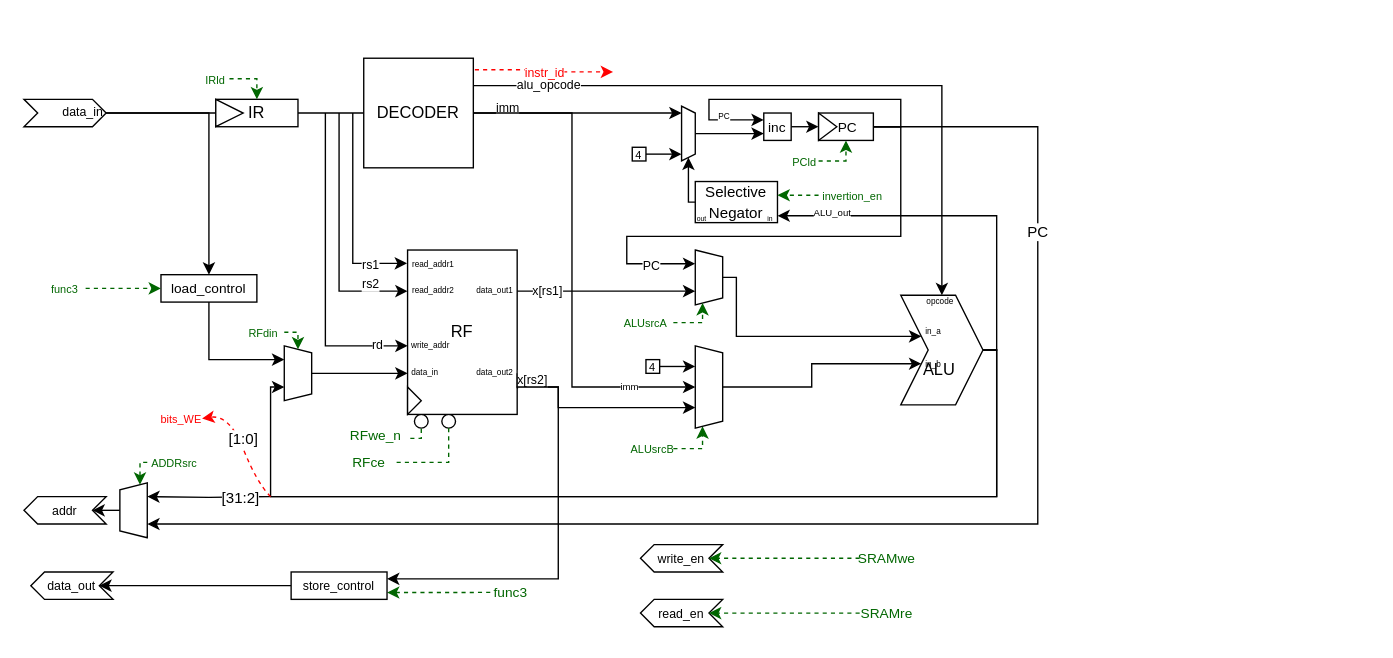
The draw.io diagram Datapath Millestone 3.drawio in jawandrawa10/Tone3, before the edit. Source tidied: cells renumbered, new cells numbered last; positions are measured from the earlier drawing's top-left corner, leaving out a move shared by most shapes. Both pictures are drawn from the tidied source at 137%, with x=0, y=0 at pixel (23, 58).
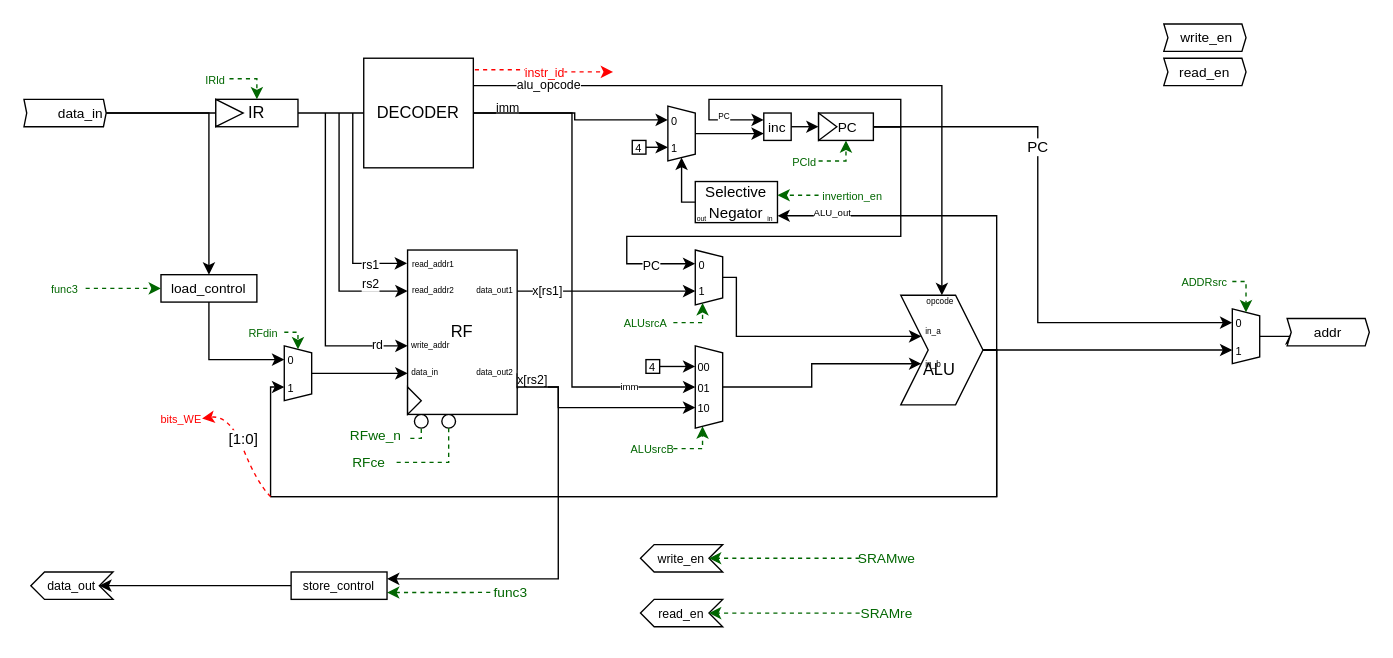
After the change.

Unchanged cells that the change refers to:
```xml
<mxCell id="16" value="DECODER" style="whiteSpace=wrap;html=1;verticalAlign=middle;align=center;" parent="1" vertex="1">
  <mxGeometry x="248" width="80" height="80" as="geometry" />
</mxCell>
<mxCell id="21" value="&lt;font style=&quot;font-size: 10px;&quot;&gt;&amp;nbsp;PC&lt;/font&gt;" style="rounded=0;whiteSpace=wrap;html=1;" parent="20" vertex="1">
  <mxGeometry width="40" height="20" as="geometry" />
</mxCell>
<mxCell id="45" value="&lt;div&gt;&lt;br&gt;&lt;/div&gt;&lt;div&gt;&lt;br&gt;&lt;/div&gt;&lt;div&gt;ALU&amp;nbsp;&lt;/div&gt;" style="shape=step;perimeter=stepPerimeter;whiteSpace=wrap;html=1;shapeInside=1;fixedSize=1;" parent="44" vertex="1">
  <mxGeometry width="60" height="80" as="geometry" />
</mxCell>
```

What changed in the source:
```diff
@@
-    <mxCell id="13" style="edgeStyle=orthogonalEdgeStyle;rounded=0;jettySize=auto;html=1;exitX=1;exitY=0.5;exitDx=0;exitDy=0;entryX=0.125;entryY=1;entryDx=0;entryDy=0;entryPerimeter=0;" parent="1" edge="1" source="16" target="60">
-      <mxGeometry relative="1" as="geometry" />
+    <mxCell id="13" style="edgeStyle=orthogonalEdgeStyle;rounded=0;jettySize=auto;html=1;exitX=1;exitY=0.5;exitDx=0;exitDy=0;entryX=0.25;entryY=1;entryDx=0;entryDy=0;" parent="1" edge="1" source="16" target="60">
+      <mxGeometry x="-0.03" relative="1" as="geometry">
+        <Array as="points">
+          <mxPoint x="402" y="40" />
+          <mxPoint x="402" y="45" />
+        </Array>
+      </mxGeometry>
     </mxCell>
@@
     <mxCell id="60" style="shape=trapezoid;perimeter=trapezoidPerimeter;whiteSpace=wrap;html=1;shapeInside=1;fixedSize=1;rotation=90;size=5;" parent="1" vertex="1">
-      <mxGeometry x="465" y="50" width="40" height="10" as="geometry" />
+      <mxGeometry x="460" y="45" width="40" height="20" as="geometry" />
     </mxCell>
@@
     <mxCell id="63" value="&lt;font style=&quot;font-size: 8px;&quot;&gt;4&lt;/font&gt;" style="rounded=0;whiteSpace=wrap;html=1;" parent="1" vertex="1">
-      <mxGeometry x="444" y="65" width="10" height="10" as="geometry" />
+      <mxGeometry x="444" y="60" width="10" height="10" as="geometry" />
     </mxCell>
@@
-    <mxCell id="68" style="edgeStyle=orthogonalEdgeStyle;rounded=0;jettySize=auto;html=1;exitX=1;exitY=0.5;exitDx=0;exitDy=0;entryX=0.872;entryY=1;entryDx=0;entryDy=0;entryPerimeter=0;" parent="1" edge="1" source="63" target="60">
-      <mxGeometry relative="1" as="geometry" />
+    <mxCell id="68" style="edgeStyle=orthogonalEdgeStyle;rounded=0;jettySize=auto;html=1;exitX=1;exitY=0.5;exitDx=0;exitDy=0;entryX=0.75;entryY=1;entryDx=0;entryDy=0;" parent="1" edge="1" source="63" target="60">
+      <mxGeometry x="-0.24" relative="1" as="geometry" />
     </mxCell>
@@
-    <mxCell id="77" style="edgeStyle=orthogonalEdgeStyle;rounded=0;jettySize=auto;html=1;exitX=0.5;exitY=0;exitDx=0;exitDy=0;entryX=0.833;entryY=0.5;entryDx=0;entryDy=0;entryPerimeter=0;" parent="1" edge="1" source="78" target="102">
+    <mxCell id="77" style="edgeStyle=orthogonalEdgeStyle;rounded=0;jettySize=auto;html=1;exitX=0.5;exitY=0;exitDx=0;exitDy=0;entryX=0;entryY=0.5;entryDx=0;entryDy=0;" parent="1" edge="1" source="78" target="102">
       <mxGeometry relative="1" as="geometry" />
     </mxCell>
-    <mxCell id="78" style="shape=trapezoid;perimeter=trapezoidPerimeter;whiteSpace=wrap;html=1;shapeInside=1;fixedSize=1;rotation=-90;size=5;" parent="1" vertex="1">
-      <mxGeometry x="60" y="320" width="40" height="20" as="geometry" />
+    <mxCell id="78" style="shape=trapezoid;perimeter=trapezoidPerimeter;whiteSpace=wrap;html=1;shapeInside=1;fixedSize=1;rotation=90;size=5;" parent="1" vertex="1">
+      <mxGeometry x="872" y="193" width="40" height="20" as="geometry" />
     </mxCell>
@@
     <mxCell id="80" style="edgeStyle=orthogonalEdgeStyle;rounded=0;jettySize=auto;html=1;exitX=1;exitY=0.5;exitDx=0;exitDy=0;entryX=0.25;entryY=1;entryDx=0;entryDy=0;" parent="1" edge="1" source="21" target="78">
-      <mxGeometry x="0.21" relative="1" as="geometry">
+      <mxGeometry x="0.29" relative="1" as="geometry">
         <Array as="points">
           <mxPoint x="740" y="50" />
-          <mxPoint x="740" y="340" />
+          <mxPoint x="740" y="193" />
         </Array>
       </mxGeometry>
     </mxCell>
     <mxCell id="81" value="PC" style="edgeLabel;html=1;align=center;verticalAlign=middle;" parent="80" vertex="1">
-      <mxGeometry x="-0.63" y="-1" relative="1" as="geometry" />
+      <mxGeometry x="-0.34" y="-1" relative="1" as="geometry" />
     </mxCell>
@@
-    <mxCell id="83" value="&lt;font style=&quot;font-size: 9px;&quot;&gt;&lt;div style=&quot;text-align: center;&quot;&gt;&lt;span style=&quot;text-decoration-line: inherit; background-color: transparent; color: light-dark(rgb(0, 0, 0), rgb(255, 255, 255));&quot;&gt;data_in&lt;/span&gt;&lt;/div&gt;&lt;/font&gt;" style="shape=step;perimeter=stepPerimeter;whiteSpace=wrap;html=1;shapeInside=1;fixedSize=1;size=10;align=right;" parent="1" vertex="1">
+    <mxCell id="83" value="&lt;font style=&quot;font-size: 10px;&quot;&gt;&lt;div style=&quot;text-align: center;&quot;&gt;&lt;span style=&quot;text-decoration-line: inherit; background-color: transparent; color: light-dark(rgb(0, 0, 0), rgb(255, 255, 255));&quot;&gt;data_in&lt;/span&gt;&lt;/div&gt;&lt;/font&gt;" style="shape=step;perimeter=stepPerimeter;whiteSpace=wrap;html=1;shapeInside=1;fixedSize=1;size=2;align=right;" parent="1" vertex="1">
       <mxGeometry y="30" width="60" height="20" as="geometry" />
     </mxCell>
@@
-    <mxCell id="98" style="edgeStyle=orthogonalEdgeStyle;rounded=0;jettySize=auto;html=1;entryX=0.75;entryY=1;entryDx=0;entryDy=0;" parent="1" edge="1" target="78">
-      <mxGeometry relative="1" as="geometry">
-        <mxPoint x="180" y="320" as="sourcePoint" />
-      </mxGeometry>
-    </mxCell>
-    <mxCell id="99" value="[31:2]" style="edgeLabel;html=1;align=center;verticalAlign=middle;" parent="98" vertex="1">
-      <mxGeometry x="0.56" y="-1" relative="1" as="geometry">
-        <mxPoint x="48" y="1" as="offset" />
-      </mxGeometry>
-    </mxCell>
-    <mxCell id="100" style="group;" parent="1" vertex="1">
-      <mxGeometry y="315" width="60" height="30" as="geometry" />
-    </mxCell>
-    <mxCell id="101" value="&lt;font style=&quot;font-size: 9px;&quot;&gt;&lt;div style=&quot;text-align: center;&quot;&gt;&lt;br&gt;&lt;/div&gt;&lt;/font&gt;" style="shape=step;perimeter=stepPerimeter;whiteSpace=wrap;html=1;shapeInside=1;fixedSize=1;size=10;align=right;rotation=-180;" parent="100" vertex="1">
-      <mxGeometry y="5" width="60" height="20" as="geometry" />
-    </mxCell>
-    <mxCell id="102" value="&lt;font style=&quot;font-size: 9px;&quot;&gt;addr&lt;/font&gt;" style="text;html=1;whiteSpace=wrap;strokeColor=none;fillColor=none;align=center;verticalAlign=middle;rounded=0;" parent="100" vertex="1">
-      <mxGeometry width="60" height="30" as="geometry" />
-    </mxCell>
@@
-    <mxCell id="114" style="edgeStyle=orthogonalEdgeStyle;rounded=0;jettySize=auto;html=1;exitX=0;exitY=0.5;exitDx=0;exitDy=0;entryX=1;entryY=0.75;entryDx=0;entryDy=0;strokeColor=#006600;dashed=1;" parent="1" edge="1" source="115" target="78">
+    <mxCell id="114" style="edgeStyle=orthogonalEdgeStyle;rounded=0;jettySize=auto;html=1;exitX=1;exitY=0.5;exitDx=0;exitDy=0;entryX=0;entryY=0.5;entryDx=0;entryDy=0;strokeColor=#006600;dashed=1;" parent="1" edge="1" source="115" target="78">
       <mxGeometry relative="1" as="geometry" />
     </mxCell>
     <mxCell id="115" value="&lt;font color=&quot;#006600&quot; style=&quot;font-size: 8px;&quot;&gt;ADDRsrc&lt;/font&gt;" style="text;html=1;whiteSpace=wrap;strokeColor=none;fillColor=none;align=center;verticalAlign=middle;rounded=0;rotation=0;fontSize=12;" parent="1" vertex="1">
-      <mxGeometry x="90" y="290" width="40" height="10" as="geometry" />
+      <mxGeometry x="842" y="158" width="40" height="10" as="geometry" />
     </mxCell>
@@
+    <mxCell id="127" value="&lt;font style=&quot;font-size: 8px;&quot;&gt;0&lt;/font&gt;" style="text;html=1;whiteSpace=wrap;strokeColor=none;fillColor=none;align=center;verticalAlign=middle;rounded=0;" parent="1" vertex="1">
+      <mxGeometry x="490" y="145" width="10" height="10" as="geometry" />
+    </mxCell>
+    <mxCell id="128" value="&lt;font style=&quot;font-size: 8px;&quot;&gt;1&lt;/font&gt;" style="text;html=1;whiteSpace=wrap;strokeColor=none;fillColor=none;align=center;verticalAlign=middle;rounded=0;" parent="1" vertex="1">
+      <mxGeometry x="490" y="164" width="10" height="10" as="geometry" />
+    </mxCell>
+    <mxCell id="129" value="&lt;font style=&quot;font-size: 8px;&quot;&gt;00&lt;/font&gt;" style="text;html=1;whiteSpace=wrap;strokeColor=none;fillColor=none;align=center;verticalAlign=middle;rounded=0;" parent="1" vertex="1">
+      <mxGeometry x="490" y="220" width="13.3" height="10" as="geometry" />
+    </mxCell>
+    <mxCell id="130" value="&lt;font style=&quot;font-size: 8px;&quot;&gt;01&lt;/font&gt;" style="text;html=1;whiteSpace=wrap;strokeColor=none;fillColor=none;align=center;verticalAlign=middle;rounded=0;" parent="1" vertex="1">
+      <mxGeometry x="490" y="235" width="13.3" height="10" as="geometry" />
+    </mxCell>
+    <mxCell id="131" value="&lt;font style=&quot;font-size: 8px;&quot;&gt;10&lt;/font&gt;" style="text;html=1;whiteSpace=wrap;strokeColor=none;fillColor=none;align=center;verticalAlign=middle;rounded=0;" parent="1" vertex="1">
+      <mxGeometry x="490" y="250" width="13.3" height="10" as="geometry" />
+    </mxCell>
+    <mxCell id="132" value="&lt;font style=&quot;font-size: 8px;&quot;&gt;1&lt;/font&gt;" style="text;html=1;whiteSpace=wrap;strokeColor=none;fillColor=none;align=center;verticalAlign=middle;rounded=0;" parent="1" vertex="1">
+      <mxGeometry x="190" y="235" width="10" height="10" as="geometry" />
+    </mxCell>
+    <mxCell id="133" value="&lt;font style=&quot;font-size: 8px;&quot;&gt;0&lt;/font&gt;" style="text;html=1;whiteSpace=wrap;strokeColor=none;fillColor=none;align=center;verticalAlign=middle;rounded=0;" parent="1" vertex="1">
+      <mxGeometry x="190" y="215" width="10" height="10" as="geometry" />
+    </mxCell>
+    <mxCell id="134" value="&lt;font style=&quot;font-size: 8px;&quot;&gt;0&lt;/font&gt;" style="text;html=1;whiteSpace=wrap;strokeColor=none;fillColor=none;align=center;verticalAlign=middle;rounded=0;" parent="1" vertex="1">
+      <mxGeometry x="882" y="188" width="10" height="10" as="geometry" />
+    </mxCell>
+    <mxCell id="135" value="&lt;font style=&quot;font-size: 8px;&quot;&gt;1&lt;/font&gt;" style="text;html=1;whiteSpace=wrap;strokeColor=none;fillColor=none;align=center;verticalAlign=middle;rounded=0;" parent="1" vertex="1">
+      <mxGeometry x="882" y="208" width="10" height="10" as="geometry" />
+    </mxCell>
+    <mxCell id="136" value="&lt;font style=&quot;font-size: 8px;&quot;&gt;0&lt;/font&gt;" style="text;html=1;whiteSpace=wrap;strokeColor=none;fillColor=none;align=center;verticalAlign=middle;rounded=0;" parent="1" vertex="1">
+      <mxGeometry x="470" y="40" width="10" height="10" as="geometry" />
+    </mxCell>
+    <mxCell id="137" value="&lt;font style=&quot;font-size: 8px;&quot;&gt;1&lt;/font&gt;" style="text;html=1;whiteSpace=wrap;strokeColor=none;fillColor=none;align=center;verticalAlign=middle;rounded=0;" parent="1" vertex="1">
+      <mxGeometry x="470" y="60" width="10" height="10" as="geometry" />
+    </mxCell>
+    <mxCell id="102" value="&lt;font style=&quot;font-size: 10px;&quot;&gt;addr&lt;/font&gt;" style="shape=step;perimeter=stepPerimeter;whiteSpace=wrap;html=1;shapeInside=1;fixedSize=1;size=3;" parent="1" vertex="1">
+      <mxGeometry x="922" y="190" width="60" height="20" as="geometry" />
+    </mxCell>
+    <mxCell id="138" value="&lt;font style=&quot;font-size: 10px;&quot;&gt;&amp;nbsp;write_en&lt;/font&gt;" style="shape=step;perimeter=stepPerimeter;whiteSpace=wrap;html=1;shapeInside=1;fixedSize=1;size=3;" parent="1" vertex="1">
+      <mxGeometry x="832" y="-25" width="60" height="20" as="geometry" />
+    </mxCell>
+    <mxCell id="139" value="&lt;font style=&quot;font-size: 10px;&quot;&gt;read_en&lt;/font&gt;" style="shape=step;perimeter=stepPerimeter;whiteSpace=wrap;html=1;shapeInside=1;fixedSize=1;size=3;" parent="1" vertex="1">
+      <mxGeometry x="832" width="60" height="20" as="geometry" />
+    </mxCell>
+    <mxCell id="140" style="edgeStyle=orthogonalEdgeStyle;rounded=0;jettySize=auto;html=1;exitX=1;exitY=0.5;exitDx=0;exitDy=0;entryX=0.75;entryY=1;entryDx=0;entryDy=0;" parent="1" edge="1" source="45" target="78">
+      <mxGeometry relative="1" as="geometry" />
+    </mxCell>
```
